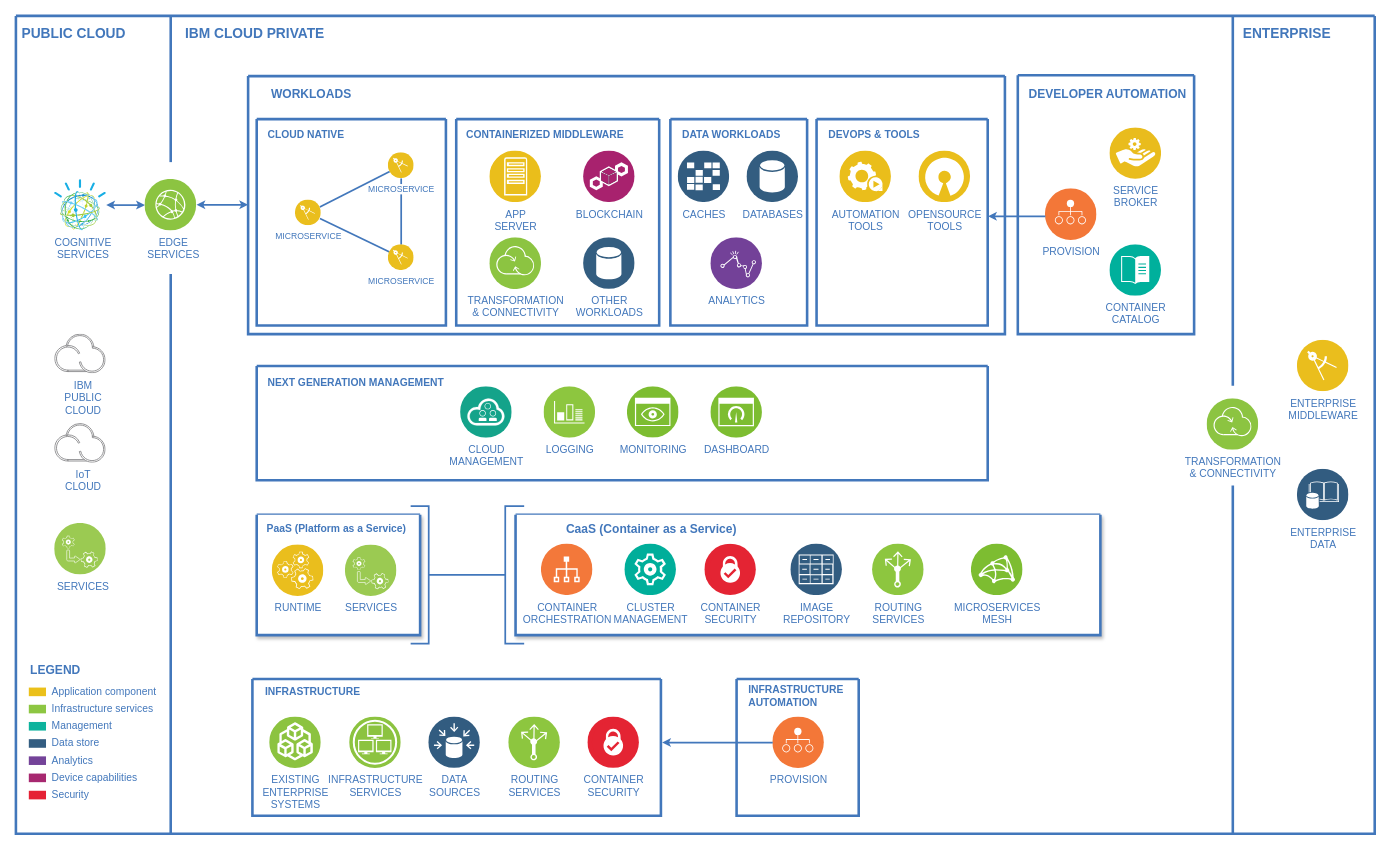
The draw.io diagram ibm-private-cloud.drawio in gavinlxh/drawio, before the edit. Source tidied: cells renumbered, new cells numbered last; positions are measured from the earlier drawing's top-left corner, leaving out a move shared by most shapes. Both pictures are drawn from the tidied source at 86%, with x=0, y=0 at pixel (15, 15).
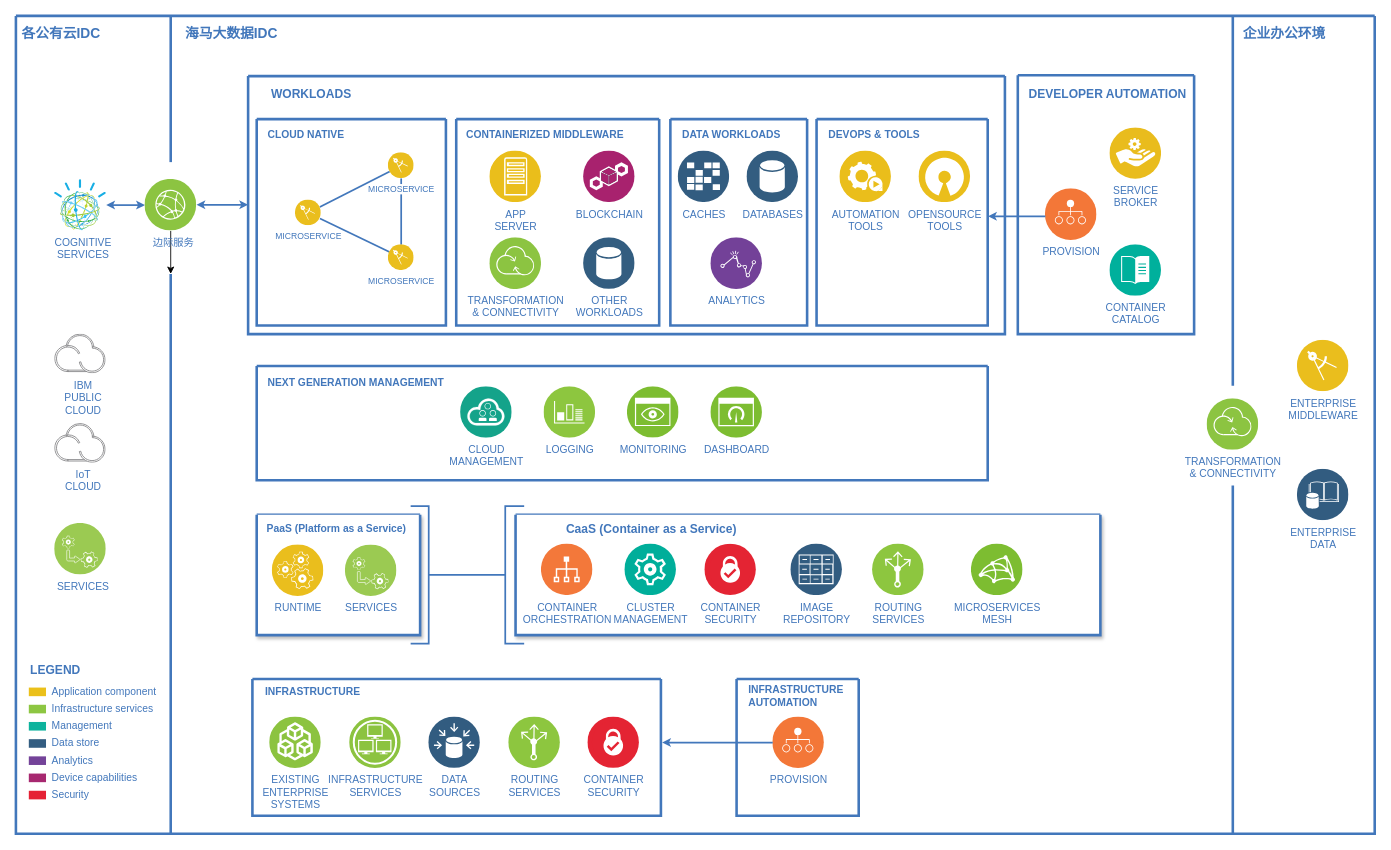
The same page after the edit.

The change refers to these unchanged cells:
```xml
<mxCell id="2" style="swimlane;shadow=0;strokeColor=#4277BB;fillColor=#ffffff;fontColor=none;align=right;startSize=0;noLabel=1;strokeWidth=3;" parent="1" vertex="1">
  <mxGeometry width="1580" height="951" as="geometry" />
</mxCell>
<mxCell id="80" style="line;strokeWidth=3;direction=south;html=1;shadow=0;labelBackgroundColor=none;fillColor=none;gradientColor=none;fontSize=12;fontColor=#4277BB;align=right;strokeColor=#4277BB;" parent="2" vertex="1">
  <mxGeometry x="175" y="300" width="10" height="650" as="geometry" />
</mxCell>
```

Diff of the diagram source:
```diff
@@
-    <mxCell id="6" value="PUBLIC CLOUD" style="text;html=1;align=left;verticalAlign=middle;fontColor=#4277BB;shadow=0;dashed=0;strokeColor=none;fillColor=none;labelBackgroundColor=none;fontStyle=1;fontSize=16;spacingLeft=5;" parent="2" vertex="1">
+    <mxCell id="6" value="各公有云IDC" style="text;html=1;align=left;verticalAlign=middle;fontColor=#4277BB;shadow=0;dashed=0;strokeColor=none;fillColor=none;labelBackgroundColor=none;fontStyle=1;fontSize=16;spacingLeft=5;" parent="2" vertex="1">
       <mxGeometry y="10" width="150" height="20" as="geometry" />
     </mxCell>
@@
-    <mxCell id="9" value="IBM CLOUD PRIVATE" style="text;html=1;align=left;verticalAlign=middle;fontColor=#4277BB;shadow=0;dashed=0;strokeColor=none;fillColor=none;labelBackgroundColor=none;fontStyle=1;fontSize=16;spacingLeft=5;" parent="2" vertex="1">
+    <mxCell id="9" value="海马大数据IDC" style="text;html=1;align=left;verticalAlign=middle;fontColor=#4277BB;shadow=0;dashed=0;strokeColor=none;fillColor=none;labelBackgroundColor=none;fontStyle=1;fontSize=16;spacingLeft=5;" parent="2" vertex="1">
       <mxGeometry x="190" y="10" width="150" height="20" as="geometry" />
     </mxCell>
-    <mxCell id="10" value="ENTERPRISE" style="text;html=1;align=left;verticalAlign=middle;fontColor=#4277BB;shadow=0;dashed=0;strokeColor=none;fillColor=none;labelBackgroundColor=none;fontStyle=1;fontSize=16;spacingLeft=5;" parent="2" vertex="1">
+    <mxCell id="10" value="企业办公环境" style="text;html=1;align=left;verticalAlign=middle;fontColor=#4277BB;shadow=0;dashed=0;strokeColor=none;fillColor=none;labelBackgroundColor=none;fontStyle=1;fontSize=16;spacingLeft=5;" parent="2" vertex="1">
       <mxGeometry x="1420" y="10" width="140" height="20" as="geometry" />
     </mxCell>
@@
+    <mxCell id="93" style="edgeStyle=orthogonalEdgeStyle;rounded=0;jettySize=auto;html=1;" parent="2" edge="1" source="48" target="80">
+      <mxGeometry relative="1" as="geometry" />
+    </mxCell>
-    <mxCell id="48" value="EDGE&lt;div&gt;SERVICES&lt;/div&gt;" style="perimeter=ellipsePerimeter;html=1;align=center;shadow=0;image;image=img/lib/ibm/infrastructure/edge_services.svg;labelBackgroundColor=none;strokeColor=none;strokeWidth=2;fillColor=#808080;gradientColor=none;fontSize=12;fontColor=#4277BB;rounded=0;verticalAlign=top;spacingLeft=5;" parent="2" vertex="1">
+    <mxCell id="48" value="边际服务" style="perimeter=ellipsePerimeter;html=1;align=center;shadow=0;image;image=img/lib/ibm/infrastructure/edge_services.svg;labelBackgroundColor=none;strokeColor=none;strokeWidth=2;fillColor=#808080;gradientColor=none;fontSize=12;fontColor=#4277BB;rounded=0;verticalAlign=top;spacingLeft=5;" parent="2" vertex="1">
       <mxGeometry x="150" y="190" width="60" height="60" as="geometry" />
     </mxCell>
```
